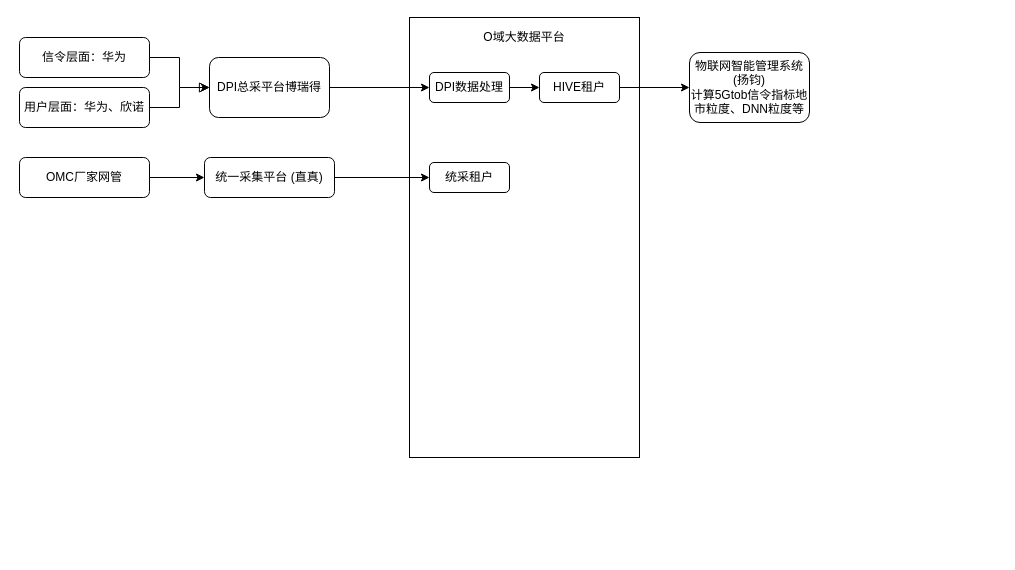
The draw.io diagram 未命名绘图.drawio in eSheepFred/eSheepFred, before the edit. Source tidied: cells renumbered, new cells numbered last; positions are measured from the earlier drawing's top-left corner, leaving out a move shared by most shapes. Both pictures are drawn from the tidied source at 100%, with x=0, y=0 at pixel (19, 17).
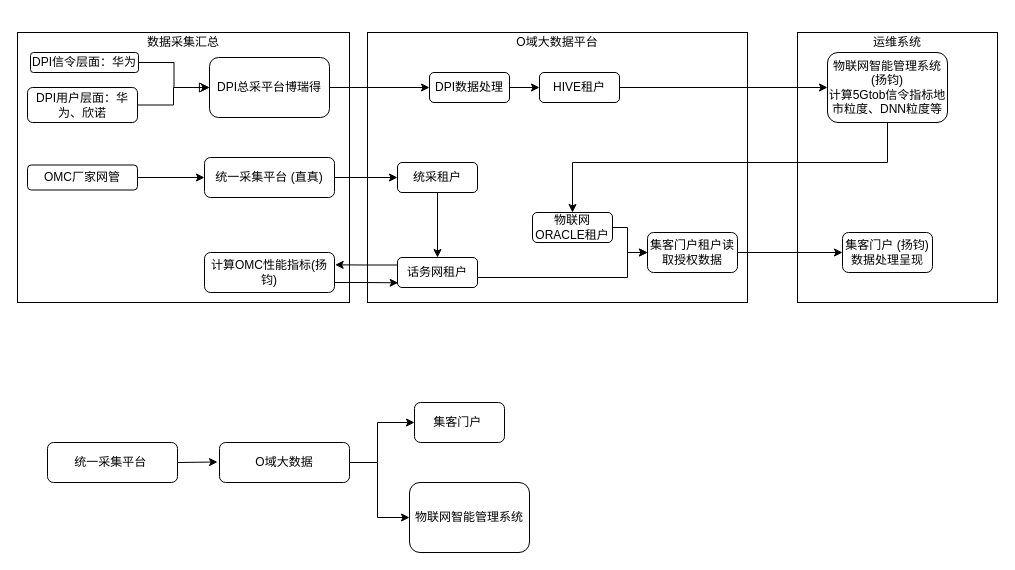
The same page after the edit.

Commit message:
更新未命名绘图.drawio

What changed in the source:
```diff
@@
+    <mxCell id="19" value="数据采集汇总" style="rounded=0;whiteSpace=wrap;html=1;spacingTop=-250;" parent="1" vertex="1">
+      <mxGeometry x="-2" y="15" width="332" height="270" as="geometry" />
+    </mxCell>
+    <mxCell id="20" value="运维系统" style="rounded=0;whiteSpace=wrap;html=1;spacingTop=-250;" parent="1" vertex="1">
+      <mxGeometry x="778" y="15" width="200" height="270" as="geometry" />
+    </mxCell>
-    <mxCell id="2" value="O域大数据平台" style="rounded=0;whiteSpace=wrap;html=1;spacingTop=-400;" parent="1" vertex="1">
-      <mxGeometry x="390" width="230" height="440" as="geometry" />
+    <mxCell id="2" value="O域大数据平台" style="rounded=0;whiteSpace=wrap;html=1;spacingTop=-250;" parent="1" vertex="1">
+      <mxGeometry x="348" y="15" width="380" height="270" as="geometry" />
     </mxCell>
-    <mxCell id="3" value="信令层面：华为" style="rounded=1;whiteSpace=wrap;html=1;fontSize=12;glass=0;strokeWidth=1;shadow=0;" parent="1" vertex="1">
-      <mxGeometry y="20" width="130" height="40" as="geometry" />
+    <mxCell id="3" value="DPI信令层面：华为" style="rounded=1;whiteSpace=wrap;html=1;fontSize=12;glass=0;strokeWidth=1;shadow=0;" parent="1" vertex="1">
+      <mxGeometry x="11" y="35" width="108" height="20" as="geometry" />
     </mxCell>
+    <mxCell id="21" style="edgeStyle=orthogonalEdgeStyle;rounded=0;jettySize=auto;html=1;exitX=0.5;exitY=1;exitDx=0;exitDy=0;entryX=0.5;entryY=0;entryDx=0;entryDy=0;" parent="1" edge="1" source="4" target="29">
+      <mxGeometry relative="1" as="geometry">
+        <Array as="points">
+          <mxPoint x="868" y="145" />
+          <mxPoint x="553" y="145" />
+        </Array>
+      </mxGeometry>
+    </mxCell>
     <mxCell id="4" value="物联网智能管理系统 (扬钧)&lt;br&gt;计算5Gtob信令指标地市粒度、DNN粒度等" style="rounded=1;whiteSpace=wrap;html=1;fontSize=12;glass=0;strokeWidth=1;shadow=0;" parent="1" vertex="1">
-      <mxGeometry x="670" y="35" width="120" height="70" as="geometry" />
+      <mxGeometry x="808" y="35" width="120" height="70" as="geometry" />
     </mxCell>
@@
-    <mxCell id="6" value="用户层面：华为、欣诺" style="rounded=1;whiteSpace=wrap;html=1;fontSize=12;glass=0;strokeWidth=1;shadow=0;" parent="1" vertex="1">
-      <mxGeometry y="70" width="130" height="40" as="geometry" />
+    <mxCell id="6" value="DPI用户层面：华为、欣诺" style="rounded=1;whiteSpace=wrap;html=1;fontSize=12;glass=0;strokeWidth=1;shadow=0;" parent="1" vertex="1">
+      <mxGeometry x="8" y="70" width="110" height="35" as="geometry" />
     </mxCell>
@@
     <mxCell id="13" value="OMC厂家网管" style="rounded=1;whiteSpace=wrap;html=1;fontSize=12;glass=0;strokeWidth=1;shadow=0;" parent="1" vertex="1">
-      <mxGeometry y="140" width="130" height="40" as="geometry" />
+      <mxGeometry x="8" y="147.5" width="110" height="25" as="geometry" />
     </mxCell>
@@
+    <mxCell id="22" style="edgeStyle=orthogonalEdgeStyle;rounded=0;jettySize=auto;html=1;exitX=0.5;exitY=1;exitDx=0;exitDy=0;entryX=0.5;entryY=0;entryDx=0;entryDy=0;" parent="1" edge="1" source="18" target="25">
+      <mxGeometry relative="1" as="geometry" />
+    </mxCell>
     <mxCell id="18" value="统采租户" style="rounded=1;whiteSpace=wrap;html=1;" parent="1" vertex="1">
-      <mxGeometry x="410" y="145" width="80" height="30" as="geometry" />
+      <mxGeometry x="378" y="145" width="80" height="30" as="geometry" />
     </mxCell>
+    <mxCell id="23" style="edgeStyle=orthogonalEdgeStyle;rounded=0;jettySize=auto;html=1;exitX=1;exitY=0.5;exitDx=0;exitDy=0;entryX=0;entryY=0.5;entryDx=0;entryDy=0;" parent="1" edge="1" source="25" target="27">
+      <mxGeometry relative="1" as="geometry">
+        <Array as="points">
+          <mxPoint x="458" y="260" />
+          <mxPoint x="608" y="260" />
+          <mxPoint x="608" y="235" />
+        </Array>
+      </mxGeometry>
+    </mxCell>
+    <mxCell id="24" style="edgeStyle=orthogonalEdgeStyle;rounded=0;jettySize=auto;html=1;exitX=0;exitY=0.25;exitDx=0;exitDy=0;entryX=1.005;entryY=0.308;entryDx=0;entryDy=0;entryPerimeter=0;" parent="1" edge="1" source="25" target="32">
+      <mxGeometry relative="1" as="geometry" />
+    </mxCell>
+    <mxCell id="25" value="话务网租户" style="rounded=1;whiteSpace=wrap;html=1;" parent="1" vertex="1">
+      <mxGeometry x="378" y="240" width="80" height="30" as="geometry" />
+    </mxCell>
+    <mxCell id="26" style="edgeStyle=orthogonalEdgeStyle;rounded=0;jettySize=auto;html=1;exitX=1;exitY=0.5;exitDx=0;exitDy=0;entryX=0;entryY=0.5;entryDx=0;entryDy=0;" parent="1" edge="1" source="27" target="30">
+      <mxGeometry relative="1" as="geometry" />
+    </mxCell>
+    <mxCell id="27" value="集客门户租户读取授权数据" style="rounded=1;whiteSpace=wrap;html=1;" parent="1" vertex="1">
+      <mxGeometry x="628" y="215" width="90" height="40" as="geometry" />
+    </mxCell>
+    <mxCell id="28" style="edgeStyle=orthogonalEdgeStyle;rounded=0;jettySize=auto;html=1;exitX=1;exitY=0.5;exitDx=0;exitDy=0;entryX=0;entryY=0.5;entryDx=0;entryDy=0;" parent="1" edge="1" source="29" target="27">
+      <mxGeometry relative="1" as="geometry">
+        <Array as="points">
+          <mxPoint x="608" y="210" />
+          <mxPoint x="608" y="235" />
+        </Array>
+      </mxGeometry>
+    </mxCell>
+    <mxCell id="29" value="物联网ORACLE租户" style="rounded=1;whiteSpace=wrap;html=1;" parent="1" vertex="1">
+      <mxGeometry x="513" y="195" width="80" height="30" as="geometry" />
+    </mxCell>
+    <mxCell id="30" value="集客门户 (扬钧)数据处理呈现" style="rounded=1;whiteSpace=wrap;html=1;" parent="1" vertex="1">
+      <mxGeometry x="823" y="215" width="90" height="40" as="geometry" />
+    </mxCell>
+    <mxCell id="31" style="edgeStyle=orthogonalEdgeStyle;rounded=0;jettySize=auto;html=1;exitX=1;exitY=0.75;exitDx=0;exitDy=0;entryX=0.008;entryY=0.844;entryDx=0;entryDy=0;entryPerimeter=0;" parent="1" edge="1" source="32" target="25">
+      <mxGeometry relative="1" as="geometry" />
+    </mxCell>
+    <mxCell id="32" value="计算OMC性能指标(扬钧)" style="rounded=1;whiteSpace=wrap;html=1;fontSize=12;glass=0;strokeWidth=1;shadow=0;" parent="1" vertex="1">
+      <mxGeometry x="185" y="235" width="130" height="40" as="geometry" />
+    </mxCell>
+    <mxCell id="33" style="edgeStyle=orthogonalEdgeStyle;rounded=0;jettySize=auto;html=1;exitX=1;exitY=0.5;exitDx=0;exitDy=0;" parent="1" edge="1" source="34">
+      <mxGeometry relative="1" as="geometry">
+        <mxPoint x="198" y="444.5" as="targetPoint" />
+      </mxGeometry>
+    </mxCell>
+    <mxCell id="34" value="统一采集平台&amp;nbsp;" style="rounded=1;whiteSpace=wrap;html=1;fontSize=12;glass=0;strokeWidth=1;shadow=0;" parent="1" vertex="1">
+      <mxGeometry x="28" y="425" width="130" height="40" as="geometry" />
+    </mxCell>
+    <mxCell id="35" style="edgeStyle=orthogonalEdgeStyle;rounded=0;jettySize=auto;html=1;exitX=1;exitY=0.5;exitDx=0;exitDy=0;entryX=0;entryY=0.5;entryDx=0;entryDy=0;" parent="1" edge="1" source="36" target="37">
+      <mxGeometry relative="1" as="geometry">
+        <Array as="points">
+          <mxPoint x="358" y="445" />
+          <mxPoint x="358" y="405" />
+        </Array>
+      </mxGeometry>
+    </mxCell>
+    <mxCell id="36" value="O域大数据" style="rounded=1;whiteSpace=wrap;html=1;fontSize=12;glass=0;strokeWidth=1;shadow=0;" parent="1" vertex="1">
+      <mxGeometry x="200" y="425" width="130" height="40" as="geometry" />
+    </mxCell>
+    <mxCell id="37" value="集客门户&amp;nbsp;" style="rounded=1;whiteSpace=wrap;html=1;" parent="1" vertex="1">
+      <mxGeometry x="395" y="385" width="90" height="40" as="geometry" />
+    </mxCell>
+    <mxCell id="38" style="edgeStyle=orthogonalEdgeStyle;rounded=0;jettySize=auto;html=1;exitX=1;exitY=0.5;exitDx=0;exitDy=0;entryX=0;entryY=0.5;entryDx=0;entryDy=0;" parent="1" edge="1" source="36" target="39">
+      <mxGeometry relative="1" as="geometry">
+        <Array as="points">
+          <mxPoint x="358" y="445" />
+          <mxPoint x="358" y="500" />
+        </Array>
+      </mxGeometry>
+    </mxCell>
+    <mxCell id="39" value="物联网智能管理系统 " style="rounded=1;whiteSpace=wrap;html=1;fontSize=12;glass=0;strokeWidth=1;shadow=0;" parent="1" vertex="1">
+      <mxGeometry x="390" y="465" width="120" height="70" as="geometry" />
+    </mxCell>
```
